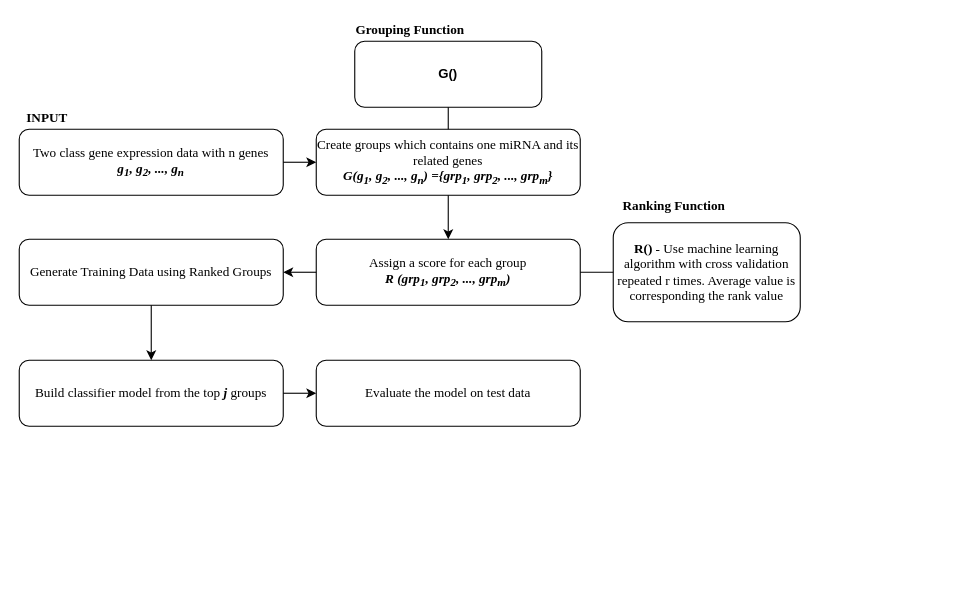
This is Figures/Figure_General_Approach_Of_Solutions/Figure1.drawio from gokhangoy/miRModuleNet, a draw.io file, before an edit. Source tidied: cells renumbered, new cells numbered last; positions are measured from the earlier drawing's top-left corner, leaving out a move shared by most shapes. Both pictures are drawn from the tidied source at 110%, with x=0, y=0 at pixel (19, 19).
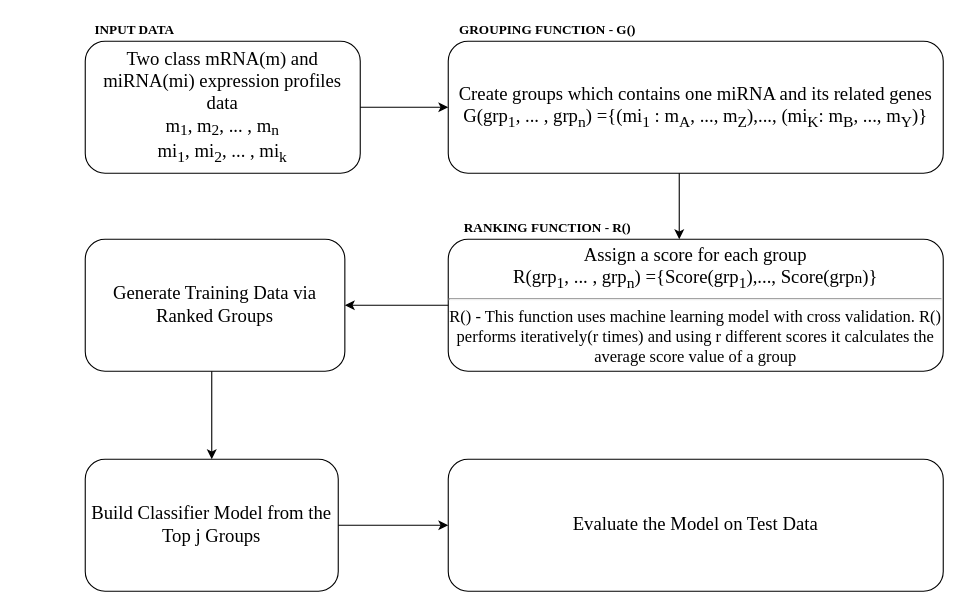
After the change.

Diff of the diagram source:
```diff
@@
 <mxGraphModel>
   <root>
     <mxCell id="0" />
     <mxCell id="1" parent="0" />
-    <mxCell id="2" value="&lt;font face=&quot;Times&quot;&gt;Two class gene expression data with n genes&lt;br&gt;&lt;/font&gt;&lt;div&gt;&lt;font face=&quot;Times&quot;&gt;&lt;b&gt;&lt;i&gt;&lt;span&gt;g&lt;/span&gt;&lt;sub&gt;1&lt;/sub&gt;&lt;span&gt;, g&lt;/span&gt;&lt;sub&gt;2&lt;/sub&gt;&lt;span&gt;, ..., g&lt;sub&gt;n&lt;/sub&gt;&lt;/span&gt;&lt;/i&gt;&lt;/b&gt;&lt;/font&gt;&lt;/div&gt;" style="rounded=1;whiteSpace=wrap;html=1;" parent="1" vertex="1">
-      <mxGeometry y="100" width="240" height="60" as="geometry" />
-    </mxCell>
-    <mxCell id="3" value="&lt;b&gt;&lt;font face=&quot;Times&quot;&gt;INPUT&lt;/font&gt;&lt;/b&gt;" style="text;html=1;align=center;verticalAlign=middle;fontFamily=Times;" parent="1" vertex="1">
-      <mxGeometry y="80" width="50" height="20" as="geometry" />
-    </mxCell>
-    <mxCell id="4" value="&lt;b&gt;G()&lt;/b&gt;" style="rounded=1;whiteSpace=wrap;html=1;" parent="1" vertex="1">
-      <mxGeometry x="305" y="20" width="170" height="60" as="geometry" />
-    </mxCell>
-    <mxCell id="5" value="&lt;font face=&quot;Times&quot;&gt;&lt;b&gt;Grouping Function&lt;/b&gt;&lt;/font&gt;" style="text;html=1;align=center;verticalAlign=middle;fontFamily=Times;" parent="1" vertex="1">
-      <mxGeometry x="300" width="110" height="20" as="geometry" />
-    </mxCell>
-    <mxCell id="6" value="&lt;font face=&quot;Times&quot;&gt;Create groups which contains one miRNA and its related genes&lt;/font&gt;&lt;br&gt;&lt;div&gt;&lt;b&gt;&lt;i&gt;&lt;font face=&quot;Times&quot;&gt;G(g&lt;/font&gt;&lt;sub style=&quot;font-family: &amp;#34;times&amp;#34;&quot;&gt;1&lt;/sub&gt;&lt;font face=&quot;Times&quot;&gt;, g&lt;/font&gt;&lt;sub style=&quot;font-family: &amp;#34;times&amp;#34;&quot;&gt;2&lt;/sub&gt;&lt;font face=&quot;Times&quot;&gt;, ..., g&lt;/font&gt;&lt;sub style=&quot;font-family: &amp;#34;times&amp;#34;&quot;&gt;n&lt;/sub&gt;&lt;font face=&quot;Times&quot;&gt;) =&lt;/font&gt;&lt;font face=&quot;times&quot;&gt;{&lt;/font&gt;&lt;/i&gt;&lt;/b&gt;&lt;b style=&quot;font-family: &amp;#34;times&amp;#34;&quot;&gt;&lt;i&gt;grp&lt;sub&gt;1&lt;/sub&gt;, grp&lt;sub&gt;2&lt;/sub&gt;, ..., grp&lt;sub&gt;m&lt;/sub&gt;&lt;/i&gt;&lt;/b&gt;&lt;b&gt;&lt;i&gt;&lt;font face=&quot;times&quot;&gt;}&lt;/font&gt;&lt;/i&gt;&lt;/b&gt;&lt;/div&gt;" style="rounded=1;whiteSpace=wrap;html=1;" parent="1" vertex="1">
-      <mxGeometry x="270" y="100" width="240" height="60" as="geometry" />
-    </mxCell>
-    <mxCell id="7" value="&lt;font face=&quot;Times&quot;&gt;Assign a score for each group&lt;br&gt;&lt;b&gt;&lt;i&gt;R (&lt;/i&gt;&lt;/b&gt;&lt;/font&gt;&lt;b style=&quot;font-family: &amp;#34;times&amp;#34;&quot;&gt;&lt;i&gt;grp&lt;sub&gt;1&lt;/sub&gt;, grp&lt;sub&gt;2&lt;/sub&gt;, ..., grp&lt;sub&gt;m&lt;/sub&gt;&lt;/i&gt;&lt;/b&gt;&lt;font face=&quot;Times&quot;&gt;&lt;b&gt;&lt;i&gt;)&lt;/i&gt;&lt;/b&gt;&lt;/font&gt;" style="rounded=1;whiteSpace=wrap;html=1;" parent="1" vertex="1">
-      <mxGeometry x="270" y="200" width="240" height="60" as="geometry" />
-    </mxCell>
-    <mxCell id="8" value="&lt;font face=&quot;Times&quot;&gt;&lt;b&gt;R()&lt;/b&gt; - Use machine learning algorithm with cross validation repeated r times. Average value is corresponding the rank value&lt;/font&gt;" style="rounded=1;whiteSpace=wrap;html=1;" parent="1" vertex="1">
-      <mxGeometry x="540" y="185" width="170" height="90" as="geometry" />
-    </mxCell>
-    <mxCell id="9" style="endArrow=none;html=1;entryX=1;entryY=0.5;entryDx=0;entryDy=0;" parent="1" edge="1" source="8" target="7">
-      <mxGeometry relative="1" as="geometry" />
-    </mxCell>
-    <mxCell id="10" value="&lt;font face=&quot;Times&quot;&gt;&lt;b&gt;Ranking Function&lt;/b&gt;&lt;/font&gt;" style="text;html=1;align=center;verticalAlign=middle;fontFamily=Times;" parent="1" vertex="1">
-      <mxGeometry x="540" y="160" width="110" height="20" as="geometry" />
-    </mxCell>
-    <mxCell id="11" value="&lt;font face=&quot;Times&quot;&gt;Generate Training Data using Ranked Groups&lt;/font&gt;" style="rounded=1;whiteSpace=wrap;html=1;" parent="1" vertex="1">
-      <mxGeometry y="200" width="240" height="60" as="geometry" />
-    </mxCell>
-    <mxCell id="12" style="endArrow=classic;html=1;exitX=0;exitY=0.5;exitDx=0;exitDy=0;entryX=1;entryY=0.5;entryDx=0;entryDy=0;" parent="1" edge="1" source="7" target="11">
-      <mxGeometry relative="1" as="geometry" />
-    </mxCell>
-    <mxCell id="13" style="endArrow=none;html=1;exitX=0.5;exitY=1;exitDx=0;exitDy=0;" parent="1" edge="1" source="4" target="6">
-      <mxGeometry relative="1" as="geometry" />
-    </mxCell>
-    <mxCell id="14" value="&lt;font face=&quot;Times&quot;&gt;Build classifier model from the top &lt;b&gt;&lt;i&gt;j&lt;/i&gt;&lt;/b&gt; groups&lt;/font&gt;" style="rounded=1;whiteSpace=wrap;html=1;" parent="1" vertex="1">
-      <mxGeometry y="310" width="240" height="60" as="geometry" />
-    </mxCell>
-    <mxCell id="15" style="endArrow=classic;html=1;exitX=0.5;exitY=1;exitDx=0;exitDy=0;entryX=0.5;entryY=0;entryDx=0;entryDy=0;" parent="1" edge="1" source="11" target="14">
-      <mxGeometry relative="1" as="geometry" />
-    </mxCell>
-    <mxCell id="16" value="&lt;font face=&quot;Times&quot;&gt;Evaluate the model on test data&lt;/font&gt;" style="rounded=1;whiteSpace=wrap;html=1;" parent="1" vertex="1">
-      <mxGeometry x="270" y="310" width="240" height="60" as="geometry" />
-    </mxCell>
-    <mxCell id="17" style="endArrow=classic;html=1;exitX=1;exitY=0.5;exitDx=0;exitDy=0;entryX=0;entryY=0.5;entryDx=0;entryDy=0;" parent="1" edge="1" source="14" target="16">
-      <mxGeometry relative="1" as="geometry" />
-    </mxCell>
-    <mxCell id="18" style="endArrow=classic;html=1;exitX=0.5;exitY=1;exitDx=0;exitDy=0;" parent="1" edge="1" source="6" target="7">
-      <mxGeometry relative="1" as="geometry" />
-    </mxCell>
-    <mxCell id="19" style="endArrow=classic;html=1;exitX=1;exitY=0.5;exitDx=0;exitDy=0;entryX=0;entryY=0.5;entryDx=0;entryDy=0;" parent="1" edge="1" source="2" target="6">
-      <mxGeometry relative="1" as="geometry" />
-    </mxCell>
+    <mxCell id="20" value="&lt;font face=&quot;Times&quot; style=&quot;font-size: 17px&quot;&gt;Create groups which contains one miRNA and its related genes&lt;br&gt;G(grp&lt;sub&gt;1&lt;/sub&gt;, ... , grp&lt;sub&gt;n&lt;/sub&gt;) ={(mi&lt;sub&gt;1&lt;/sub&gt; : m&lt;sub&gt;A&lt;/sub&gt;, ..., m&lt;sub&gt;Z&lt;/sub&gt;),..., (mi&lt;sub&gt;K&lt;/sub&gt;: m&lt;sub&gt;B&lt;/sub&gt;, ..., m&lt;sub&gt;Y&lt;/sub&gt;)}&lt;/font&gt;" style="rounded=1;whiteSpace=wrap;html=1;" parent="1" vertex="1">
+      <mxGeometry x="390" y="20" width="450" height="120" as="geometry" />
+    </mxCell>
+    <mxCell id="21" value="&lt;b&gt;&lt;font face=&quot;Times&quot;&gt;GROUPING FUNCTION - G()&lt;/font&gt;&lt;/b&gt;" style="text;html=1;strokeColor=none;fillColor=none;align=center;verticalAlign=middle;whiteSpace=wrap;rounded=0;" parent="1" vertex="1">
+      <mxGeometry x="390" width="181" height="20" as="geometry" />
+    </mxCell>
+    <mxCell id="22" value="&lt;div&gt;&lt;span style=&quot;font-size: 17px&quot;&gt;&lt;font face=&quot;Times&quot;&gt;Two class mRNA(m) and miRNA(mi) expression profiles data&lt;/font&gt;&lt;/span&gt;&lt;/div&gt;&lt;font face=&quot;Times&quot;&gt;&lt;div&gt;&lt;span style=&quot;font-size: 17px&quot;&gt;m&lt;/span&gt;&lt;sub&gt;&lt;font style=&quot;font-size: 14px&quot;&gt;1&lt;/font&gt;&lt;/sub&gt;&lt;span style=&quot;font-size: 17px&quot;&gt;, m&lt;/span&gt;&lt;sub&gt;&lt;font style=&quot;font-size: 14px&quot;&gt;2&lt;/font&gt;&lt;/sub&gt;&lt;span style=&quot;font-size: 17px&quot;&gt;, ... , m&lt;/span&gt;&lt;sub&gt;&lt;font style=&quot;font-size: 14px&quot;&gt;n&lt;/font&gt;&lt;/sub&gt;&lt;/div&gt;&lt;span style=&quot;font-size: 17px&quot;&gt;&lt;div&gt;&lt;span&gt;mi&lt;/span&gt;&lt;sub&gt;1&lt;/sub&gt;&lt;span&gt;, mi&lt;/span&gt;&lt;sub&gt;2&lt;/sub&gt;&lt;span&gt;, ... , mi&lt;/span&gt;&lt;sub&gt;k&lt;/sub&gt;&lt;/div&gt;&lt;/span&gt;&lt;/font&gt;" style="rounded=1;whiteSpace=wrap;html=1;align=center;" parent="1" vertex="1">
+      <mxGeometry x="60" y="20" width="250" height="120" as="geometry" />
+    </mxCell>
+    <mxCell id="23" value="&lt;font face=&quot;Times&quot; style=&quot;font-size: 17px&quot;&gt;Assign a score for each group&lt;br&gt;R(grp&lt;sub&gt;1&lt;/sub&gt;, ... , grp&lt;sub&gt;n&lt;/sub&gt;) ={Score(grp&lt;sub&gt;1&lt;/sub&gt;),..., Score(grp&lt;/font&gt;&lt;font face=&quot;Times&quot; style=&quot;font-size: 14.1667px&quot;&gt;n&lt;/font&gt;&lt;font face=&quot;Times&quot;&gt;&lt;span style=&quot;font-size: 17px&quot;&gt;)&lt;/span&gt;&lt;font style=&quot;font-size: 17px&quot;&gt;}&lt;br&gt;&lt;/font&gt;&lt;/font&gt;&lt;hr&gt;&lt;font face=&quot;Times&quot; style=&quot;font-size: 15px&quot;&gt;&lt;div&gt;&lt;font face=&quot;Times&quot; style=&quot;font-size: 15px&quot;&gt;&lt;font style=&quot;font-size: 15px&quot;&gt;R() - This function uses machine learning model with cross validation. R() performs iteratively(r times) and using&amp;nbsp;&lt;/font&gt;&lt;/font&gt;r different scores it&lt;font face=&quot;Times&quot; style=&quot;font-size: 15px&quot;&gt;&lt;font style=&quot;font-size: 15px&quot;&gt;&amp;nbsp;calculates the average score value of a group&lt;/font&gt;&lt;/font&gt;&lt;/div&gt;&lt;/font&gt;" style="rounded=1;whiteSpace=wrap;html=1;" parent="1" vertex="1">
+      <mxGeometry x="390" y="200" width="450" height="120" as="geometry" />
+    </mxCell>
+    <mxCell id="24" value="&lt;b&gt;&lt;font face=&quot;Times&quot;&gt;RANKING FUNCTION - R()&lt;/font&gt;&lt;/b&gt;" style="text;html=1;strokeColor=none;fillColor=none;align=center;verticalAlign=middle;whiteSpace=wrap;rounded=0;" parent="1" vertex="1">
+      <mxGeometry x="390" y="180" width="181" height="20" as="geometry" />
+    </mxCell>
+    <mxCell id="25" style="edgeStyle=orthogonalEdgeStyle;rounded=0;jettySize=auto;html=1;exitX=0.5;exitY=0;exitDx=0;exitDy=0;" parent="1" edge="1" source="26">
+      <mxGeometry relative="1" as="geometry">
+        <mxPoint x="178.5" y="209.5" as="targetPoint" />
+      </mxGeometry>
+    </mxCell>
+    <mxCell id="26" value="&lt;div&gt;&lt;font face=&quot;times&quot;&gt;&lt;span style=&quot;font-size: 17px&quot;&gt;Generate Training Data via Ranked Groups&lt;/span&gt;&lt;/font&gt;&lt;/div&gt;" style="rounded=1;whiteSpace=wrap;html=1;align=center;" parent="1" vertex="1">
+      <mxGeometry x="60" y="200" width="236" height="120" as="geometry" />
+    </mxCell>
+    <mxCell id="27" value="&lt;b&gt;&lt;font face=&quot;Times&quot;&gt;INPUT DATA&lt;/font&gt;&lt;/b&gt;" style="text;html=1;strokeColor=none;fillColor=none;align=center;verticalAlign=middle;whiteSpace=wrap;rounded=0;" parent="1" vertex="1">
+      <mxGeometry x="60" width="90" height="20" as="geometry" />
+    </mxCell>
+    <mxCell id="28" value="&lt;div&gt;&lt;font face=&quot;times&quot;&gt;&lt;span style=&quot;font-size: 17px&quot;&gt;Build Classifier Model from the Top j Groups&lt;/span&gt;&lt;/font&gt;&lt;/div&gt;" style="rounded=1;whiteSpace=wrap;html=1;align=center;" parent="1" vertex="1">
+      <mxGeometry x="60" y="400" width="230" height="120" as="geometry" />
+    </mxCell>
+    <mxCell id="29" value="&lt;div&gt;&lt;font face=&quot;times&quot;&gt;&lt;span style=&quot;font-size: 17px&quot;&gt;Evaluate the Model on Test Data&lt;/span&gt;&lt;/font&gt;&lt;/div&gt;" style="rounded=1;whiteSpace=wrap;html=1;align=center;" parent="1" vertex="1">
+      <mxGeometry x="390" y="400" width="450" height="120" as="geometry" />
+    </mxCell>
+    <mxCell id="30" style="endArrow=classic;html=1;exitX=1;exitY=0.5;exitDx=0;exitDy=0;" parent="1" edge="1" source="22" target="20">
+      <mxGeometry relative="1" as="geometry" />
+    </mxCell>
+    <mxCell id="31" style="endArrow=classic;html=1;exitX=0.5;exitY=1;exitDx=0;exitDy=0;" parent="1" edge="1">
+      <mxGeometry relative="1" as="geometry">
+        <mxPoint x="600" y="140" as="sourcePoint" />
+        <mxPoint x="600" y="200" as="targetPoint" />
+      </mxGeometry>
+    </mxCell>
+    <mxCell id="32" style="endArrow=classic;html=1;entryX=0.5;entryY=0;entryDx=0;entryDy=0;" parent="1" edge="1" target="28">
+      <mxGeometry relative="1" as="geometry">
+        <mxPoint x="175" y="320" as="sourcePoint" />
+      </mxGeometry>
+    </mxCell>
+    <mxCell id="33" style="endArrow=classic;html=1;exitX=0;exitY=0.5;exitDx=0;exitDy=0;entryX=1;entryY=0.5;entryDx=0;entryDy=0;" parent="1" edge="1" source="23" target="26">
+      <mxGeometry relative="1" as="geometry" />
+    </mxCell>
+    <mxCell id="34" style="endArrow=classic;html=1;exitX=1;exitY=0.5;exitDx=0;exitDy=0;entryX=0;entryY=0.5;entryDx=0;entryDy=0;" parent="1" edge="1" source="28" target="29">
+      <mxGeometry relative="1" as="geometry" />
+    </mxCell>
   </root>
 </mxGraphModel>
```
